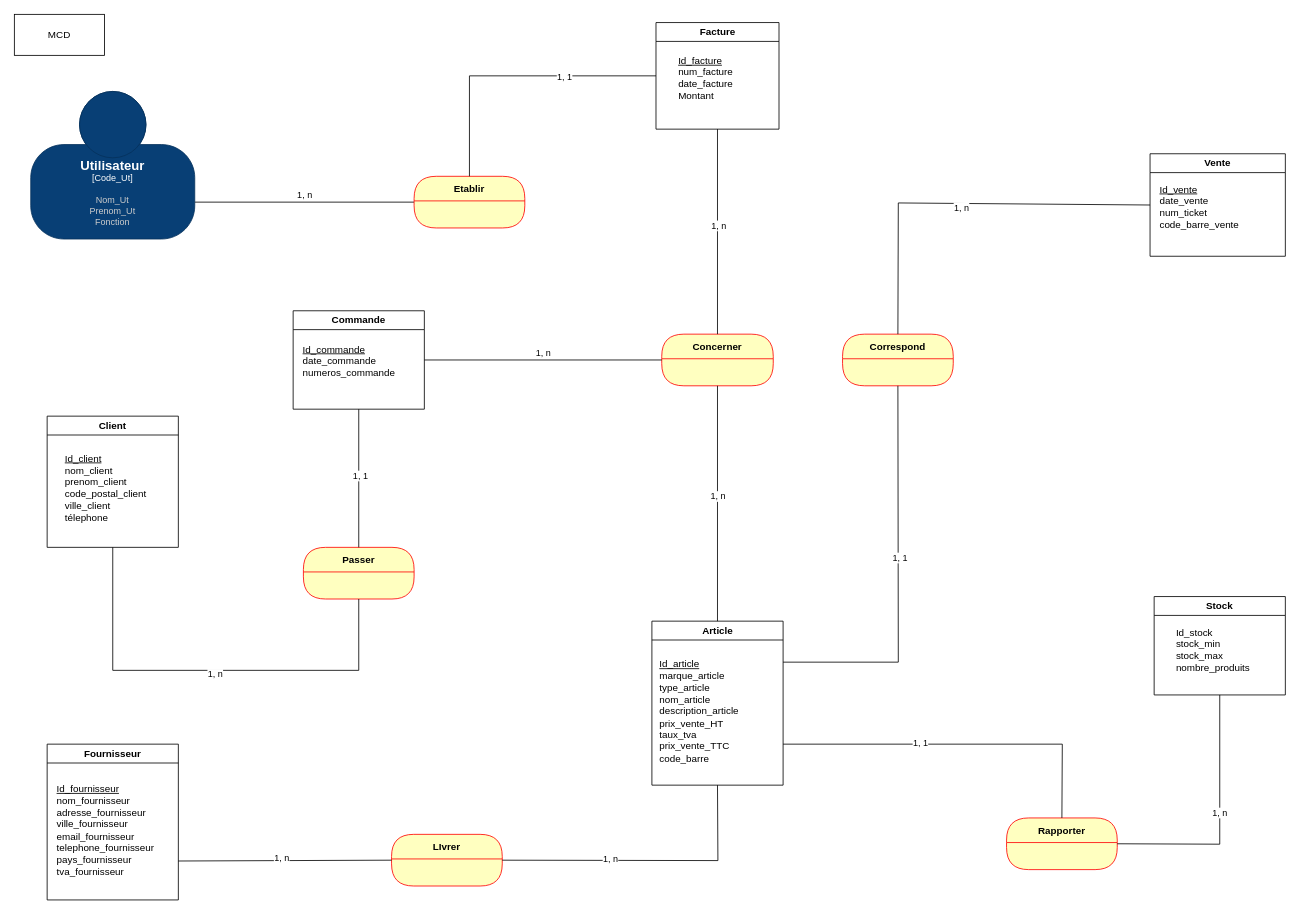
rachellusamba/CO-G.Stock keeps this draw.io diagram as page "MCD" (1 of 3) of G.Stock.drawio. Above is the earlier version. Source tidied: cells renumbered, new cells numbered last; positions are measured from the earlier drawing's top-left corner, leaving out a move shared by most shapes. Both pictures are drawn from the tidied source at 82%, with x=0, y=0 at pixel (14, 14).
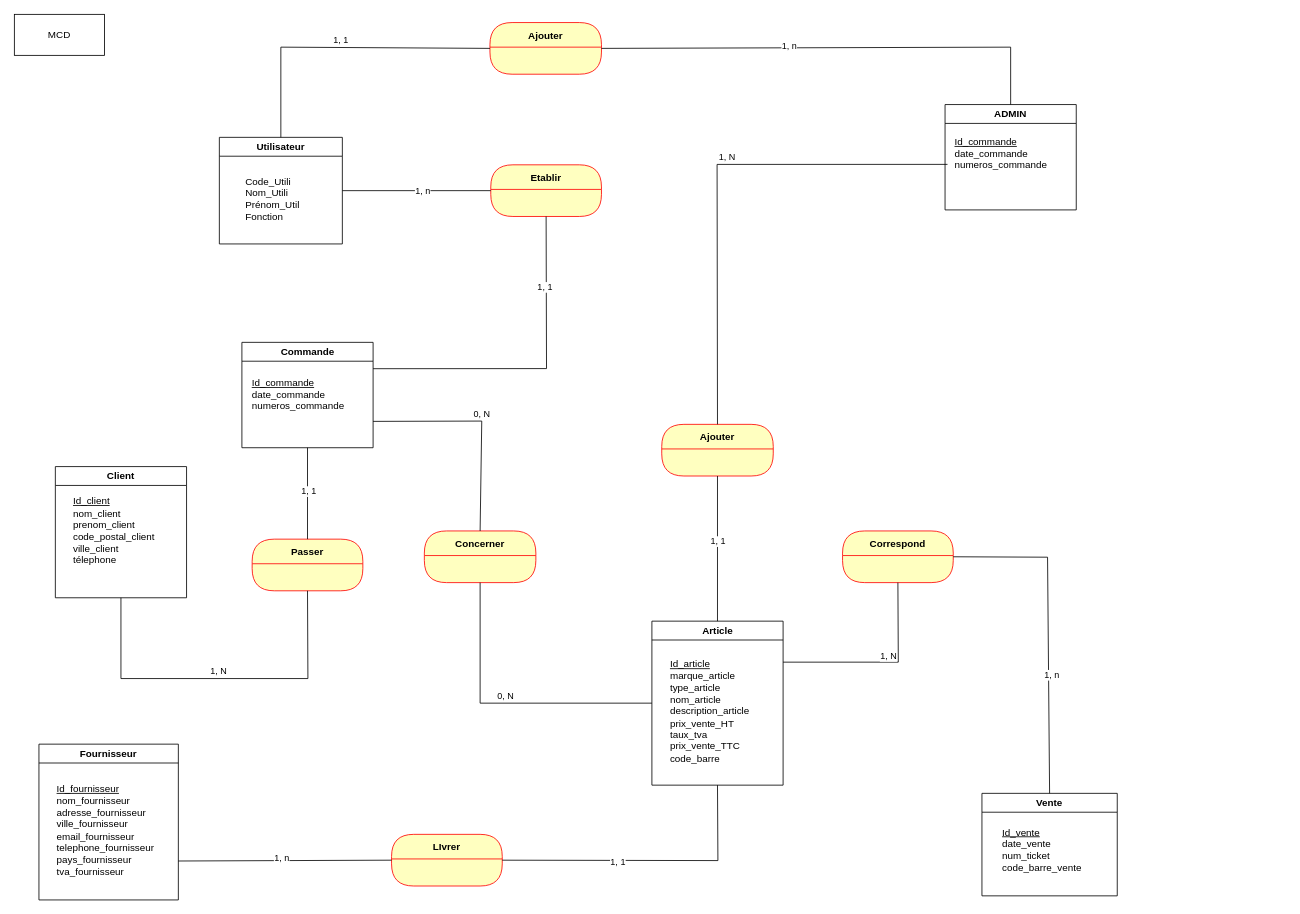
After the change.

The change refers to these unchanged cells:
```xml
<mxCell id="20" value="Article" style="swimlane;whiteSpace=wrap;html=1;" parent="1" vertex="1">
  <mxGeometry x="777.5" y="740" width="160" height="200" as="geometry" />
</mxCell>
<mxCell id="41" style="edgeStyle=none;html=1;endArrow=none;verticalAlign=bottom;rounded=0;exitX=1;exitY=0.5;exitDx=0;exitDy=0;entryX=0.5;entryY=1;entryDx=0;entryDy=0;" parent="1" edge="1" source="4" target="20">
  <mxGeometry relative="1" as="geometry">
    <Array as="points">
      <mxPoint x="858" y="1032" />
    </Array>
  </mxGeometry>
</mxCell>
```

Diff of the diagram source:
```diff
@@
     <mxCell id="2" value="Passer" style="swimlane;fontStyle=1;align=center;verticalAlign=middle;horizontal=1;startSize=30;fontColor=#000000;rounded=1;arcSize=30;strokeColor=#ff0000;fillColor=#ffffc0;swimlaneFillColor=#ffffc0;" parent="1" vertex="1">
-      <mxGeometry x="352.5" y="650" width="135" height="63" as="geometry" />
+      <mxGeometry x="290" y="640" width="135" height="63" as="geometry" />
     </mxCell>
-    <mxCell id="3" value="Rapporter" style="swimlane;fontStyle=1;align=center;verticalAlign=middle;horizontal=1;startSize=30;fontColor=#000000;rounded=1;arcSize=30;strokeColor=#ff0000;fillColor=#ffffc0;swimlaneFillColor=#ffffc0;" parent="1" vertex="1">
-      <mxGeometry x="1210" y="980" width="135" height="63" as="geometry" />
-    </mxCell>
@@
     <mxCell id="5" value="Concerner" style="swimlane;fontStyle=1;align=center;verticalAlign=middle;horizontal=1;startSize=30;fontColor=#000000;rounded=1;arcSize=30;strokeColor=#ff0000;fillColor=#ffffc0;swimlaneFillColor=#ffffc0;" parent="1" vertex="1">
-      <mxGeometry x="789.5" y="390" width="136" height="63" as="geometry" />
+      <mxGeometry x="500" y="630" width="136" height="63" as="geometry" />
     </mxCell>
     <mxCell id="6" value="Correspond" style="swimlane;fontStyle=1;align=center;verticalAlign=middle;horizontal=1;startSize=30;fontColor=#000000;rounded=1;arcSize=30;strokeColor=#ff0000;fillColor=#ffffc0;swimlaneFillColor=#ffffc0;" parent="1" vertex="1">
-      <mxGeometry x="1010" y="390" width="135" height="63" as="geometry" />
+      <mxGeometry x="1010" y="630" width="135" height="63" as="geometry" />
     </mxCell>
@@
-    <mxCell id="8" value="1, n" style="edgeStyle=none;html=1;endArrow=none;verticalAlign=bottom;rounded=0;exitX=1;exitY=0.75;exitDx=0;exitDy=0;exitPerimeter=0;entryX=0;entryY=0.5;entryDx=0;entryDy=0;" parent="1" edge="1" source="28" target="29">
-      <mxGeometry relative="1" as="geometry" />
-    </mxCell>
-    <mxCell id="9" style="edgeStyle=none;html=1;endArrow=none;verticalAlign=bottom;rounded=0;entryX=0.5;entryY=1;entryDx=0;entryDy=0;exitX=0.5;exitY=1;exitDx=0;exitDy=0;" parent="1" edge="1" source="2" target="14">
-      <mxGeometry relative="1" as="geometry">
-        <Array as="points">
-          <mxPoint x="420" y="800" />
-          <mxPoint x="120" y="800" />
-        </Array>
-      </mxGeometry>
-    </mxCell>
-    <mxCell id="10" value="1, n" style="edgeLabel;html=1;align=center;verticalAlign=middle;" parent="9" vertex="1">
-      <mxGeometry x="-0.02" y="4" relative="1" as="geometry" />
-    </mxCell>
-    <mxCell id="11" style="edgeStyle=none;html=1;endArrow=none;verticalAlign=bottom;rounded=0;entryX=0;entryY=0.5;entryDx=0;entryDy=0;exitX=0.5;exitY=0;exitDx=0;exitDy=0;" parent="1" edge="1" source="6" target="18">
-      <mxGeometry relative="1" as="geometry">
-        <Array as="points">
-          <mxPoint x="1078" y="230" />
-        </Array>
-      </mxGeometry>
-    </mxCell>
-    <mxCell id="12" value="1, n" style="edgeLabel;html=1;align=center;verticalAlign=middle;" parent="11" vertex="1">
-      <mxGeometry x="0.02" y="-5" relative="1" as="geometry">
-        <mxPoint x="-1" as="offset" />
-      </mxGeometry>
-    </mxCell>
@@
     <mxCell id="14" value="Client" style="swimlane;whiteSpace=wrap;html=1;" parent="1" vertex="1">
-      <mxGeometry x="40" y="490" width="160" height="160" as="geometry" />
+      <mxGeometry x="50" y="551.5" width="160" height="160" as="geometry" />
     </mxCell>
     <mxCell id="15" value="&lt;div align=&quot;left&quot;&gt;&lt;u&gt;Id_client&lt;/u&gt;&lt;br&gt;nom_client&lt;br&gt;prenom_client&lt;br&gt;code_postal_client&lt;br&gt;ville_client&lt;br&gt;télephone&lt;/div&gt;&lt;div align=&quot;left&quot;&gt;&lt;br&gt;&lt;/div&gt;" style="text;html=1;align=left;verticalAlign=middle;strokeColor=none;fillColor=none;" parent="14" vertex="1">
-      <mxGeometry x="20" y="40" width="120" height="110" as="geometry" />
+      <mxGeometry x="20" y="30" width="120" height="110" as="geometry" />
     </mxCell>
-    <mxCell id="16" value="Facture" style="swimlane;whiteSpace=wrap;html=1;" parent="1" vertex="1">
-      <mxGeometry x="782.5" y="10" width="150" height="130" as="geometry" />
-    </mxCell>
-    <mxCell id="17" value="&lt;div align=&quot;left&quot;&gt;&lt;u&gt;Id_facture&lt;/u&gt;&lt;br&gt;num_facture&lt;br&gt;date_facture&lt;/div&gt;&lt;div align=&quot;left&quot;&gt;Montant&lt;br&gt;&lt;/div&gt;&lt;div align=&quot;left&quot;&gt;&lt;br&gt;&lt;/div&gt;" style="text;html=1;align=left;verticalAlign=middle;strokeColor=none;fillColor=none;" parent="16" vertex="1">
-      <mxGeometry x="25" y="30" width="90" height="90" as="geometry" />
-    </mxCell>
     <mxCell id="18" value="Vente" style="swimlane;whiteSpace=wrap;html=1;" parent="1" vertex="1">
-      <mxGeometry x="1385" y="170" width="165" height="125" as="geometry" />
+      <mxGeometry x="1180" y="950" width="165" height="125" as="geometry" />
     </mxCell>
     <mxCell id="19" value="&lt;div align=&quot;left&quot;&gt;&lt;u&gt;Id_vente&lt;/u&gt;&lt;br&gt;date_vente&lt;br&gt;num_ticket&lt;br&gt;code_barre_vente&lt;/div&gt;" style="text;html=1;align=left;verticalAlign=middle;strokeColor=none;fillColor=none;" parent="18" vertex="1">
-      <mxGeometry x="10" y="30" width="120" height="70" as="geometry" />
+      <mxGeometry x="22.5" y="34" width="120" height="70" as="geometry" />
     </mxCell>
@@
     <mxCell id="21" value="&lt;div align=&quot;left&quot;&gt;&lt;u&gt;Id_article&lt;/u&gt;&lt;br&gt;marque_article&lt;br&gt;type_article&lt;br&gt;nom_article&lt;br&gt;description_article&lt;br&gt;prix_vente_HT&lt;br&gt;taux_tva&lt;br&gt;prix_vente_TTC&lt;br&gt;code_barre&lt;/div&gt;" style="text;html=1;align=left;verticalAlign=middle;strokeColor=none;fillColor=none;" parent="20" vertex="1">
-      <mxGeometry x="7.5" y="40" width="120" height="140" as="geometry" />
+      <mxGeometry x="20" y="40" width="120" height="140" as="geometry" />
     </mxCell>
-    <mxCell id="22" value="Stock" style="swimlane;whiteSpace=wrap;html=1;startSize=23;" parent="1" vertex="1">
-      <mxGeometry x="1390" y="710" width="160" height="120" as="geometry" />
-    </mxCell>
-    <mxCell id="23" value="&lt;div align=&quot;left&quot;&gt;Id_stock&lt;br&gt;stock_min&lt;br&gt;stock_max&lt;br&gt;nombre_produits&lt;/div&gt;" style="text;html=1;align=left;verticalAlign=middle;strokeColor=none;fillColor=none;" parent="22" vertex="1">
-      <mxGeometry x="25" y="30" width="110" height="70" as="geometry" />
-    </mxCell>
     <mxCell id="24" value="Fournisseur" style="swimlane;whiteSpace=wrap;html=1;" parent="1" vertex="1">
-      <mxGeometry x="40" y="890" width="160" height="190" as="geometry" />
+      <mxGeometry x="30" y="890" width="170" height="190" as="geometry" />
     </mxCell>
     <mxCell id="25" value="&lt;div align=&quot;left&quot;&gt;&lt;u&gt;Id_fournisseur&lt;/u&gt;&lt;br&gt;nom_fournisseur&lt;br&gt;adresse_fournisseur&lt;br&gt;ville_fournisseur&lt;br&gt;email_fournisseur&lt;br&gt;telephone_fournisseur&lt;br&gt;pays_fournisseur&lt;br&gt;tva_fournisseur&lt;/div&gt;" style="text;html=1;align=left;verticalAlign=middle;strokeColor=none;fillColor=none;" parent="24" vertex="1">
-      <mxGeometry x="10" y="40" width="140" height="130" as="geometry" />
+      <mxGeometry x="20" y="40" width="140" height="130" as="geometry" />
     </mxCell>
     <mxCell id="26" value="Commande" style="swimlane;whiteSpace=wrap;html=1;" parent="1" vertex="1">
-      <mxGeometry x="340" y="361.5" width="160" height="120" as="geometry" />
+      <mxGeometry x="277.5" y="400" width="160" height="128.5" as="geometry" />
     </mxCell>
     <mxCell id="27" value="&lt;div align=&quot;left&quot;&gt;&lt;u&gt;Id_commande&lt;/u&gt;&lt;br&gt;date_commande&lt;br&gt;numeros_commande&lt;br&gt;&lt;br&gt;&lt;/div&gt;&lt;div align=&quot;left&quot;&gt;&lt;br&gt;&lt;/div&gt;" style="text;html=1;align=left;verticalAlign=middle;points=[];strokeColor=none;fillColor=none;" parent="26" vertex="1">
-      <mxGeometry x="10" y="30" width="140" height="90" as="geometry" />
+      <mxGeometry x="10" y="33" width="140" height="90" as="geometry" />
     </mxCell>
-    <object id="28" label="&lt;font style=&quot;font-size: 16px&quot;&gt;&lt;b&gt;%c4Name%&lt;/b&gt;&lt;/font&gt;&lt;div&gt;[%c4Type%]&lt;/div&gt;&lt;br&gt;&lt;div&gt;&lt;font style=&quot;font-size: 11px&quot;&gt;&lt;font color=&quot;#cccccc&quot;&gt;%c4Description%&lt;/font&gt;&lt;/div&gt;" c4Description="Nom_Ut&#10;Prenom_Ut&#10;Fonction" c4Name="Utilisateur" c4Type="Code_Ut" placeholders="1">
-      <mxCell style="html=1;fontSize=11;dashed=0;whiteSpace=wrap;fillColor=#083F75;strokeColor=#06315C;fontColor=#ffffff;shape=mxgraph.c4.person2;align=center;points=[[0.5,0,0],[1,0.5,0],[1,0.75,0],[0.75,1,0],[0.5,1,0],[0.25,1,0],[0,0.75,0],[0,0.5,0]];" parent="1" vertex="1">
-        <mxGeometry x="20" y="94" width="200" height="180" as="geometry" />
-      </mxCell>
-    </object>
     <mxCell id="29" value="Etablir" style="swimlane;fontStyle=1;align=center;verticalAlign=middle;horizontal=1;startSize=30;fontColor=#000000;rounded=1;arcSize=30;strokeColor=#ff0000;fillColor=#ffffc0;swimlaneFillColor=#ffffc0;" parent="1" vertex="1">
-      <mxGeometry x="487.5" y="197.5" width="135" height="63" as="geometry" />
+      <mxGeometry x="581" y="183.5" width="135" height="63" as="geometry" />
     </mxCell>
-    <mxCell id="30" style="edgeStyle=none;html=1;endArrow=none;verticalAlign=bottom;rounded=0;entryX=0;entryY=0.5;entryDx=0;entryDy=0;exitX=0.5;exitY=0;exitDx=0;exitDy=0;" parent="1" edge="1" source="29" target="16">
-      <mxGeometry relative="1" as="geometry">
-        <Array as="points">
-          <mxPoint x="555" y="75" />
-        </Array>
-      </mxGeometry>
-    </mxCell>
-    <mxCell id="31" value="1, 1" style="edgeLabel;html=1;align=center;verticalAlign=middle;" parent="30" vertex="1">
-      <mxGeometry x="0.36" y="-1" relative="1" as="geometry" />
-    </mxCell>
-    <mxCell id="32" value="1, 1" style="edgeStyle=none;html=1;endArrow=none;verticalAlign=bottom;rounded=0;exitX=1;exitY=0.25;exitDx=0;exitDy=0;entryX=0.5;entryY=1;entryDx=0;entryDy=0;" parent="1" edge="1" source="20" target="6">
+    <mxCell id="32" value="1, N" style="edgeStyle=none;html=1;endArrow=none;verticalAlign=bottom;rounded=0;exitX=1;exitY=0.25;exitDx=0;exitDy=0;entryX=0.5;entryY=1;entryDx=0;entryDy=0;" parent="1" edge="1" source="20" target="6">
       <mxGeometry x="0.08" y="-2" relative="1" as="geometry">
         <Array as="points">
           <mxPoint x="1078" y="790" />
         </Array>
       </mxGeometry>
     </mxCell>
-    <mxCell id="33" style="edgeStyle=none;html=1;endArrow=none;verticalAlign=bottom;rounded=0;exitX=0.5;exitY=0;exitDx=0;exitDy=0;" parent="1" edge="1" source="2" target="27">
+    <mxCell id="33" style="edgeStyle=none;html=1;endArrow=none;verticalAlign=bottom;rounded=0;entryX=0.5;entryY=1;entryDx=0;entryDy=0;exitX=0.5;exitY=0;exitDx=0;exitDy=0;" parent="1" edge="1" source="2" target="26">
       <mxGeometry relative="1" as="geometry" />
     </mxCell>
@@
-    <mxCell id="35" style="edgeStyle=none;html=1;endArrow=none;verticalAlign=bottom;rounded=0;entryX=0.5;entryY=1;entryDx=0;entryDy=0;exitX=0.5;exitY=0;exitDx=0;exitDy=0;" parent="1" edge="1" source="5" target="16">
+    <mxCell id="35" style="edgeStyle=none;html=1;endArrow=none;verticalAlign=bottom;rounded=0;entryX=0;entryY=0.5;entryDx=0;entryDy=0;exitX=1;exitY=0.5;exitDx=0;exitDy=0;" parent="1" edge="1" source="47" target="29">
       <mxGeometry relative="1" as="geometry" />
     </mxCell>
@@
-    <mxCell id="37" value="1, n" style="edgeStyle=none;html=1;endArrow=none;verticalAlign=bottom;rounded=0;exitX=1;exitY=0.5;exitDx=0;exitDy=0;entryX=0;entryY=0.5;entryDx=0;entryDy=0;" parent="1" edge="1" source="26" target="5">
-      <mxGeometry relative="1" as="geometry" />
+    <mxCell id="37" value="0, N" style="edgeStyle=none;html=1;endArrow=none;verticalAlign=bottom;rounded=0;exitX=1;exitY=0.75;exitDx=0;exitDy=0;entryX=0.5;entryY=0;entryDx=0;entryDy=0;" parent="1" edge="1" source="26" target="5">
+      <mxGeometry relative="1" as="geometry">
+        <Array as="points">
+          <mxPoint x="570" y="496" />
+        </Array>
+      </mxGeometry>
     </mxCell>
-    <mxCell id="38" value="1, n" style="edgeStyle=none;html=1;endArrow=none;verticalAlign=bottom;rounded=0;exitX=0.5;exitY=1;exitDx=0;exitDy=0;entryX=0.5;entryY=0;entryDx=0;entryDy=0;" parent="1" edge="1" source="5" target="20">
-      <mxGeometry relative="1" as="geometry" />
+    <mxCell id="38" value="0, N" style="edgeStyle=none;html=1;endArrow=none;verticalAlign=bottom;rounded=0;entryX=0;entryY=0.5;entryDx=0;entryDy=0;exitX=0.5;exitY=1;exitDx=0;exitDy=0;" parent="1" edge="1" source="5" target="20">
+      <mxGeometry relative="1" as="geometry">
+        <Array as="points">
+          <mxPoint x="568" y="840" />
+        </Array>
+      </mxGeometry>
     </mxCell>
@@
-    <mxCell id="42" value="1, n" style="edgeLabel;html=1;align=center;verticalAlign=middle;" parent="41" vertex="1">
-      <mxGeometry x="-0.27" y="2" relative="1" as="geometry">
-        <mxPoint x="1" as="offset" />
-      </mxGeometry>
-    </mxCell>
-    <mxCell id="43" style="edgeStyle=none;html=1;endArrow=none;verticalAlign=bottom;rounded=0;exitX=1;exitY=0.75;exitDx=0;exitDy=0;entryX=0.5;entryY=0;entryDx=0;entryDy=0;" parent="1" edge="1" source="20" target="3">
-      <mxGeometry relative="1" as="geometry">
-        <Array as="points">
-          <mxPoint x="1278" y="890" />
-        </Array>
-      </mxGeometry>
-    </mxCell>
-    <mxCell id="44" value="1, 1" style="edgeLabel;html=1;align=center;verticalAlign=middle;" parent="43" vertex="1">
-      <mxGeometry x="-0.23" y="2" relative="1" as="geometry">
-        <mxPoint x="1" as="offset" />
-      </mxGeometry>
-    </mxCell>
-    <mxCell id="45" value="1, n" style="edgeStyle=none;html=1;endArrow=none;verticalAlign=bottom;rounded=0;exitX=1;exitY=0.5;exitDx=0;exitDy=0;entryX=0.5;entryY=1;entryDx=0;entryDy=0;" parent="1" edge="1" source="3" target="22">
-      <mxGeometry relative="1" as="geometry">
-        <Array as="points">
-          <mxPoint x="1470" y="1012" />
-        </Array>
-      </mxGeometry>
-    </mxCell>
+    <mxCell id="46" value="1, 1" style="edgeLabel;html=1;align=center;verticalAlign=middle;" parent="41" vertex="1">
+      <mxGeometry x="-0.21" y="-2" relative="1" as="geometry">
+        <mxPoint x="1" as="offset" />
+      </mxGeometry>
+    </mxCell>
+    <mxCell id="47" value="Utilisateur" style="swimlane;whiteSpace=wrap;html=1;" parent="1" vertex="1">
+      <mxGeometry x="250" y="150" width="150" height="130" as="geometry" />
+    </mxCell>
+    <mxCell id="48" value="Code_Utili&lt;br&gt;Nom_Utili&lt;br&gt;Prénom_Util&lt;br&gt;Fonction" style="text;html=1;align=left;verticalAlign=middle;strokeColor=none;fillColor=none;" parent="47" vertex="1">
+      <mxGeometry x="30" y="40" width="90" height="70" as="geometry" />
+    </mxCell>
+    <mxCell id="11" style="edgeStyle=none;html=1;endArrow=none;verticalAlign=bottom;rounded=0;entryX=0.5;entryY=0;entryDx=0;entryDy=0;exitX=1;exitY=0.5;exitDx=0;exitDy=0;" parent="1" edge="1" source="6" target="18">
+      <mxGeometry relative="1" as="geometry">
+        <Array as="points">
+          <mxPoint x="1260" y="662" />
+        </Array>
+      </mxGeometry>
+    </mxCell>
+    <mxCell id="49" value="1, n" style="edgeLabel;html=1;align=center;verticalAlign=middle;" parent="11" vertex="1">
+      <mxGeometry x="0.29" y="3" relative="1" as="geometry">
+        <mxPoint y="-1" as="offset" />
+      </mxGeometry>
+    </mxCell>
+    <mxCell id="50" style="edgeStyle=none;html=1;endArrow=none;verticalAlign=bottom;rounded=0;entryX=0.5;entryY=1;entryDx=0;entryDy=0;exitX=1;exitY=0.25;exitDx=0;exitDy=0;" parent="1" edge="1" source="26" target="29">
+      <mxGeometry relative="1" as="geometry">
+        <Array as="points">
+          <mxPoint x="649" y="432" />
+        </Array>
+      </mxGeometry>
+    </mxCell>
+    <mxCell id="51" value="1, 1" style="edgeLabel;html=1;align=center;verticalAlign=middle;" parent="50" vertex="1">
+      <mxGeometry x="0.56" y="2" relative="1" as="geometry">
+        <mxPoint y="-1" as="offset" />
+      </mxGeometry>
+    </mxCell>
+    <mxCell id="52" value="ADMIN" style="swimlane;whiteSpace=wrap;html=1;" parent="1" vertex="1">
+      <mxGeometry x="1135" y="110" width="160" height="128.5" as="geometry" />
+    </mxCell>
+    <mxCell id="53" value="&lt;div align=&quot;left&quot;&gt;&lt;u&gt;Id_commande&lt;/u&gt;&lt;br&gt;date_commande&lt;br&gt;numeros_commande&lt;br&gt;&lt;br&gt;&lt;/div&gt;&lt;div align=&quot;left&quot;&gt;&lt;br&gt;&lt;/div&gt;" style="text;html=1;align=left;verticalAlign=middle;points=[];strokeColor=none;fillColor=none;" parent="52" vertex="1">
+      <mxGeometry x="10" y="28.5" width="140" height="90" as="geometry" />
+    </mxCell>
+    <mxCell id="54" value="Ajouter" style="swimlane;fontStyle=1;align=center;verticalAlign=middle;horizontal=1;startSize=30;fontColor=#000000;rounded=1;arcSize=30;strokeColor=#ff0000;fillColor=#ffffc0;swimlaneFillColor=#ffffc0;" parent="1" vertex="1">
+      <mxGeometry x="789.5" y="500" width="136" height="63" as="geometry" />
+    </mxCell>
+    <mxCell id="55" style="edgeStyle=none;html=1;endArrow=none;verticalAlign=bottom;rounded=0;entryX=0.5;entryY=0;entryDx=0;entryDy=0;exitX=-0.05;exitY=0.494;exitDx=0;exitDy=0;exitPerimeter=0;" parent="1" edge="1" source="53" target="54">
+      <mxGeometry relative="1" as="geometry">
+        <Array as="points">
+          <mxPoint x="857" y="183" />
+        </Array>
+      </mxGeometry>
+    </mxCell>
+    <mxCell id="56" value="1, N" style="edgeLabel;html=1;align=center;verticalAlign=middle;" parent="55" vertex="1">
+      <mxGeometry x="-0.1" y="-9" relative="1" as="geometry" />
+    </mxCell>
+    <mxCell id="57" value="1, 1 " style="edgeStyle=none;html=1;endArrow=none;verticalAlign=bottom;rounded=0;entryX=0.5;entryY=0;entryDx=0;entryDy=0;exitX=0.5;exitY=1;exitDx=0;exitDy=0;" parent="1" edge="1" source="54" target="20">
+      <mxGeometry relative="1" as="geometry" />
+    </mxCell>
+    <mxCell id="58" value="Ajouter" style="swimlane;fontStyle=1;align=center;verticalAlign=middle;horizontal=1;startSize=30;fontColor=#000000;rounded=1;arcSize=30;strokeColor=#ff0000;fillColor=#ffffc0;swimlaneFillColor=#ffffc0;" parent="1" vertex="1">
+      <mxGeometry x="580" y="10" width="136" height="63" as="geometry" />
+    </mxCell>
+    <mxCell id="59" style="edgeStyle=none;html=1;endArrow=none;verticalAlign=bottom;rounded=0;entryX=0.5;entryY=0;entryDx=0;entryDy=0;exitX=1;exitY=0.5;exitDx=0;exitDy=0;" parent="1" edge="1" source="58" target="52">
+      <mxGeometry relative="1" as="geometry">
+        <Array as="points">
+          <mxPoint x="1215" y="40" />
+        </Array>
+      </mxGeometry>
+    </mxCell>
+    <mxCell id="60" value="1, n" style="edgeLabel;html=1;align=center;verticalAlign=middle;" parent="59" vertex="1">
+      <mxGeometry x="-0.2" y="2" relative="1" as="geometry">
+        <mxPoint x="1" as="offset" />
+      </mxGeometry>
+    </mxCell>
+    <mxCell id="61" value="1, 1" style="edgeStyle=none;html=1;endArrow=none;verticalAlign=bottom;rounded=0;exitX=0.5;exitY=0;exitDx=0;exitDy=0;entryX=0;entryY=0.5;entryDx=0;entryDy=0;" parent="1" edge="1" source="47" target="58">
+      <mxGeometry relative="1" as="geometry">
+        <Array as="points">
+          <mxPoint x="325" y="40" />
+        </Array>
+      </mxGeometry>
+    </mxCell>
+    <mxCell id="62" value="1, N" style="edgeStyle=none;html=1;endArrow=none;verticalAlign=bottom;rounded=0;exitX=0.5;exitY=1;exitDx=0;exitDy=0;entryX=0.5;entryY=1;entryDx=0;entryDy=0;" parent="1" edge="1" source="14" target="2">
+      <mxGeometry relative="1" as="geometry">
+        <Array as="points">
+          <mxPoint x="130" y="810" />
+          <mxPoint x="358" y="810" />
+        </Array>
+      </mxGeometry>
+    </mxCell>
```
